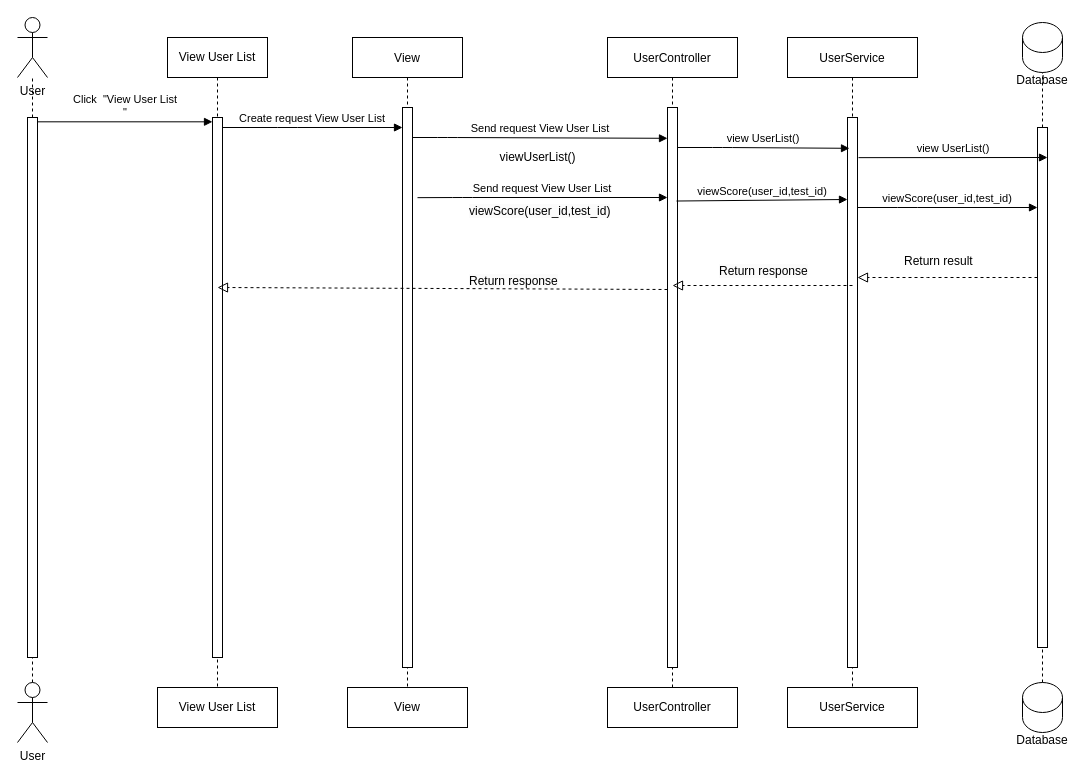
SWD392/SmallQuiz keeps this draw.io diagram as page "User List" (16 of 17) of Doc/Untitled Diagram.drawio. Above is the earlier version. Source tidied: cells renumbered, new cells numbered last; positions are measured from the earlier drawing's top-left corner, leaving out a move shared by most shapes. Both pictures are drawn from the tidied source at 100%, with x=0, y=0 at pixel (17, 17).
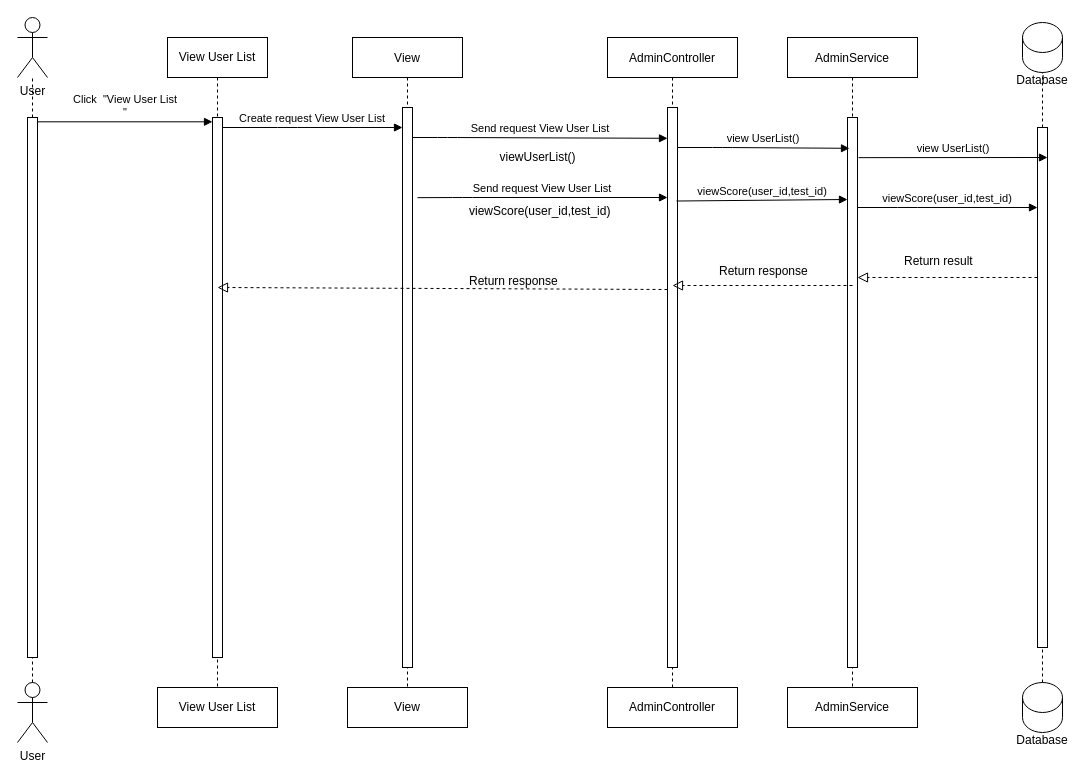
After the change.

The edit, as a diff of the source:
```diff
@@
-    <mxCell id="4" value="UserController" style="shape=umlLifeline;perimeter=lifelinePerimeter;rounded=0;shadow=0;strokeWidth=1;" parent="1" vertex="1">
+    <mxCell id="4" value="AdminController" style="shape=umlLifeline;perimeter=lifelinePerimeter;rounded=0;shadow=0;strokeWidth=1;" parent="1" vertex="1">
       <mxGeometry x="590" y="20" width="130" height="630" as="geometry" />
     </mxCell>
@@
-    <mxCell id="19" value="UserController" style="rounded=0;whiteSpace=wrap;html=1;" parent="1" vertex="1">
+    <mxCell id="19" value="AdminController" style="rounded=0;whiteSpace=wrap;html=1;" parent="1" vertex="1">
       <mxGeometry x="590" y="670" width="130" height="40" as="geometry" />
     </mxCell>
-    <mxCell id="20" value="UserService" style="shape=umlLifeline;perimeter=lifelinePerimeter;rounded=0;shadow=0;strokeWidth=1;" parent="1" vertex="1">
+    <mxCell id="20" value="AdminService" style="shape=umlLifeline;perimeter=lifelinePerimeter;rounded=0;shadow=0;strokeWidth=1;" parent="1" vertex="1">
       <mxGeometry x="770" y="20" width="130" height="650" as="geometry" />
     </mxCell>
@@
-    <mxCell id="22" value="UserService" style="rounded=0;whiteSpace=wrap;html=1;" parent="1" vertex="1">
+    <mxCell id="22" value="AdminService" style="rounded=0;whiteSpace=wrap;html=1;" parent="1" vertex="1">
       <mxGeometry x="770" y="670" width="130" height="40" as="geometry" />
     </mxCell>
```
